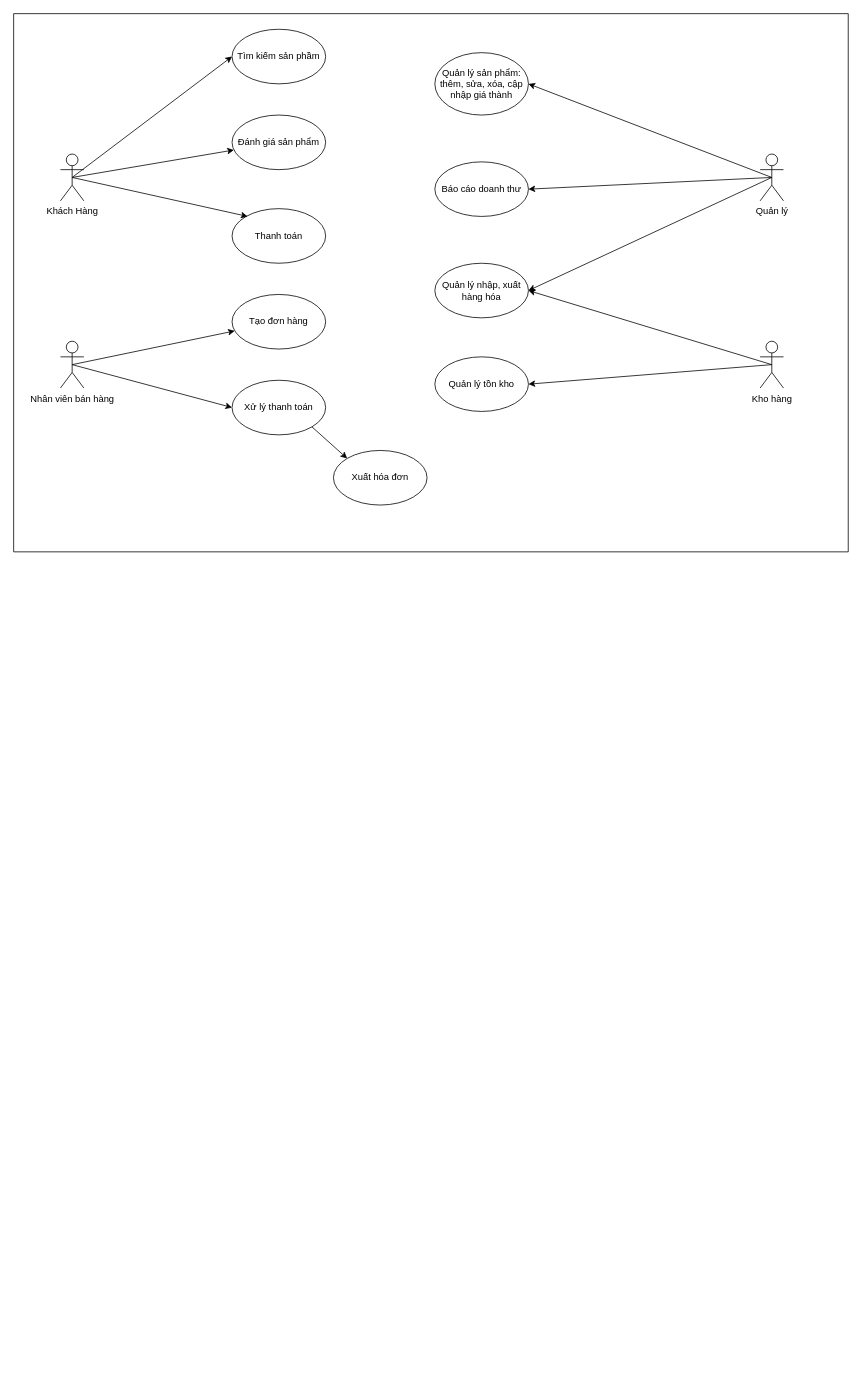
This is Biểu đồ không có tiêu đề.drawio from Sterling24-0/WebSterlingTea, a draw.io file, before an edit. Source tidied: cells renumbered, new cells numbered last; positions are measured from the earlier drawing's top-left corner, leaving out a move shared by most shapes. Both pictures are drawn from the tidied source at 78%, with x=0, y=0 at pixel (13, 13).
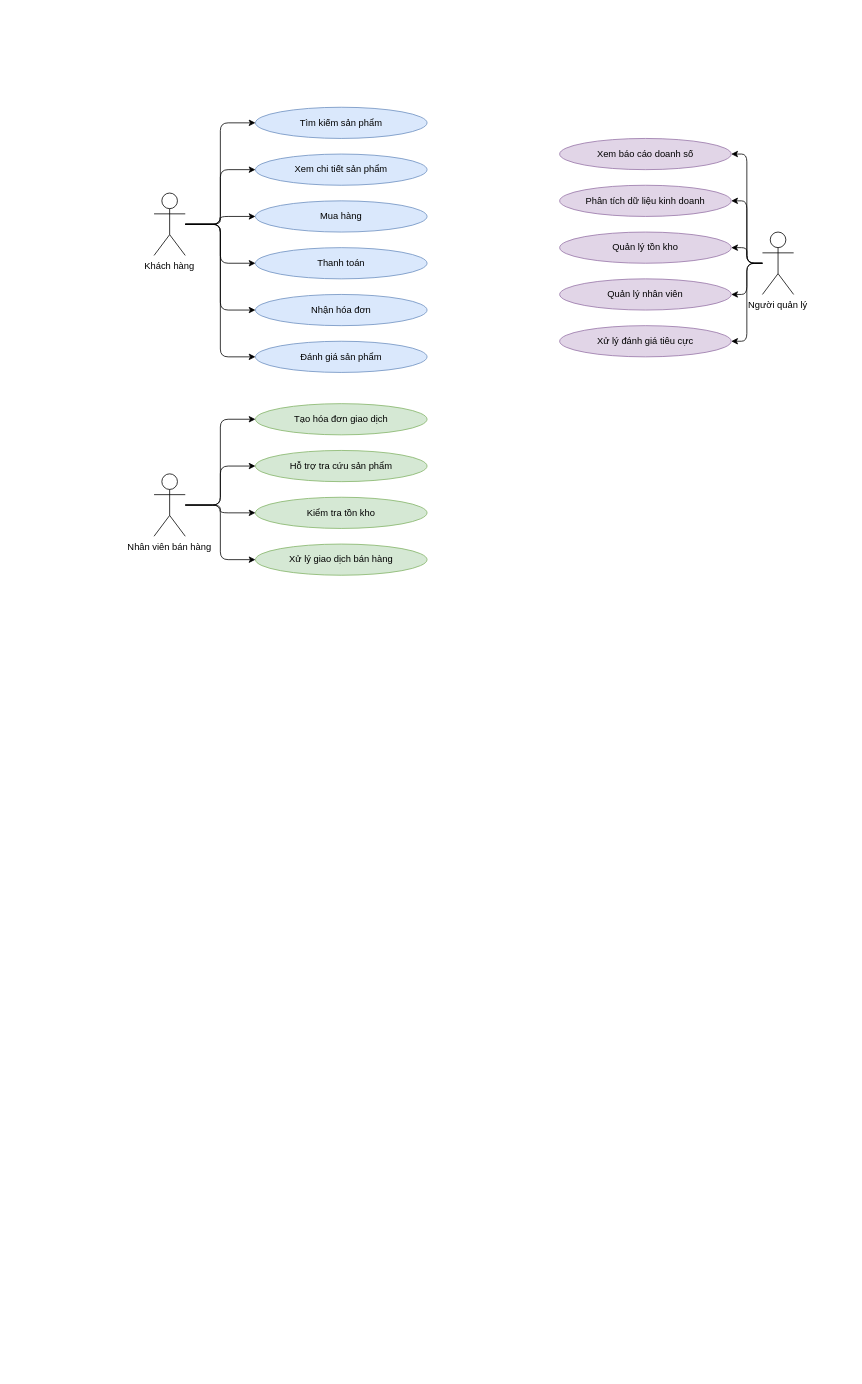
Above is the later version.

Commit message:
Đã thêm Biểu đồ khề.drawio

What changed in the source:
```diff
@@
-    <mxCell id="2" style="verticalLabelPosition=bottom;verticalAlign=top;html=1;shape=mxgraph.basic.rect;fillColor2=none;strokeWidth=1;size=20;indent=5;" parent="1" vertex="1">
-      <mxGeometry width="1070" height="690" as="geometry" />
-    </mxCell>
-    <mxCell id="3" value="Khách Hàng" style="shape=umlActor;verticalLabelPosition=bottom;verticalAlign=top;html=1;outlineConnect=0;" parent="1" vertex="1">
-      <mxGeometry x="60" y="180" width="30" height="60" as="geometry" />
-    </mxCell>
-    <mxCell id="4" value="Quản lý" style="shape=umlActor;verticalLabelPosition=bottom;verticalAlign=top;html=1;outlineConnect=0;" parent="1" vertex="1">
-      <mxGeometry x="957" y="180" width="30" height="60" as="geometry" />
-    </mxCell>
-    <mxCell id="5" value="Kho hàng" style="shape=umlActor;verticalLabelPosition=bottom;verticalAlign=top;html=1;outlineConnect=0;" parent="1" vertex="1">
-      <mxGeometry x="957" y="420" width="30" height="60" as="geometry" />
-    </mxCell>
+    <mxCell id="29" value="&#10;  &#10;    &#10;      &#10;        &#10;        &#10;        &#10;        &#10;        &#10;          &#10;        &#10;        &#10;        &#10;        &#10;          &#10;        &#10;        &#10;        &#10;        &#10;          &#10;        &#10;        &#10;        &#10;        &#10;          &#10;        &#10;        &#10;          &#10;        &#10;        &#10;          &#10;        &#10;        &#10;          &#10;        &#10;        &#10;          &#10;        &#10;        &#10;          &#10;        &#10;        &#10;        &#10;        &#10;          &#10;        &#10;        &#10;          &#10;        &#10;        &#10;          &#10;        &#10;        &#10;          &#10;        &#10;        &#10;          &#10;        &#10;        &#10;        &#10;        &#10;          &#10;        &#10;        &#10;          &#10;        &#10;        &#10;          &#10;        &#10;        &#10;          &#10;        &#10;        &#10;        &#10;        &#10;          &#10;        &#10;        &#10;          &#10;        &#10;        &#10;          &#10;        &#10;        &#10;          &#10;        &#10;        &#10;          &#10;        &#10;        &#10;          &#10;        &#10;        &#10;        &#10;        &#10;          &#10;        &#10;        &#10;          &#10;        &#10;        &#10;          &#10;        &#10;        &#10;          &#10;        &#10;        &#10;          &#10;        &#10;        &#10;        &#10;        &#10;          &#10;        &#10;        " style="text;whiteSpace=wrap;html=1;" parent="1" vertex="1">
+      <mxGeometry x="160" y="80" width="30" height="1660" as="geometry" />
+    </mxCell>
+    <mxCell id="30" value="Khách hàng" style="shape=umlActor;verticalLabelPosition=bottom;verticalAlign=top;" parent="1" vertex="1">
+      <mxGeometry x="180" y="230" width="40" height="80" as="geometry" />
+    </mxCell>
+    <mxCell id="31" value="Người quản lý" style="shape=umlActor;verticalLabelPosition=bottom;verticalAlign=top;" parent="1" vertex="1">
+      <mxGeometry x="960" y="280" width="40" height="80" as="geometry" />
+    </mxCell>
-    <mxCell id="6" value="Nhân viên bán hàng" style="shape=umlActor;verticalLabelPosition=bottom;verticalAlign=top;html=1;outlineConnect=0;" parent="1" vertex="1">
-      <mxGeometry x="60" y="420" width="30" height="60" as="geometry" />
+    <mxCell id="6" value="Nhân viên bán hàng" style="shape=umlActor;verticalLabelPosition=bottom;verticalAlign=top;" parent="1" vertex="1">
+      <mxGeometry x="180" y="590" width="40" height="80" as="geometry" />
     </mxCell>
-    <mxCell id="7" value="Tìm kiếm sản phầm" style="ellipse;whiteSpace=wrap;html=1;" parent="1" vertex="1">
-      <mxGeometry x="280" y="20" width="120" height="70" as="geometry" />
-    </mxCell>
-    <mxCell id="8" value="Xử lý thanh toán" style="ellipse;whiteSpace=wrap;html=1;" parent="1" vertex="1">
-      <mxGeometry x="280" y="470" width="120" height="70" as="geometry" />
-    </mxCell>
-    <mxCell id="9" value="Tạo đơn hàng" style="ellipse;whiteSpace=wrap;html=1;" parent="1" vertex="1">
-      <mxGeometry x="280" y="360" width="120" height="70" as="geometry" />
-    </mxCell>
-    <mxCell id="10" value="Quản lý sản phẩm: thêm, sửa, xóa, cập nhập giá thành" style="ellipse;whiteSpace=wrap;html=1;" parent="1" vertex="1">
-      <mxGeometry x="540" y="50" width="120" height="80" as="geometry" />
-    </mxCell>
+    <mxCell id="32" value="Tìm kiếm sản phẩm" style="ellipse;whiteSpace=wrap;html=1;fillColor=#dae8fc;strokeColor=#6c8ebf;" parent="1" vertex="1">
+      <mxGeometry x="310" y="120" width="220" height="40" as="geometry" />
+    </mxCell>
+    <mxCell id="33" value="Xem chi tiết sản phẩm" style="ellipse;whiteSpace=wrap;html=1;fillColor=#dae8fc;strokeColor=#6c8ebf;" parent="1" vertex="1">
+      <mxGeometry x="310" y="180" width="220" height="40" as="geometry" />
+    </mxCell>
+    <mxCell id="34" value="Mua hàng" style="ellipse;whiteSpace=wrap;html=1;fillColor=#dae8fc;strokeColor=#6c8ebf;" parent="1" vertex="1">
+      <mxGeometry x="310" y="240" width="220" height="40" as="geometry" />
+    </mxCell>
-    <mxCell id="11" value="Thanh toán" style="ellipse;whiteSpace=wrap;html=1;" parent="1" vertex="1">
-      <mxGeometry x="280" y="250" width="120" height="70" as="geometry" />
+    <mxCell id="11" value="Thanh toán" style="ellipse;whiteSpace=wrap;html=1;fillColor=#dae8fc;strokeColor=#6c8ebf;" parent="1" vertex="1">
+      <mxGeometry x="310" y="300" width="220" height="40" as="geometry" />
     </mxCell>
+    <mxCell id="35" value="Nhận hóa đơn" style="ellipse;whiteSpace=wrap;html=1;fillColor=#dae8fc;strokeColor=#6c8ebf;" parent="1" vertex="1">
+      <mxGeometry x="310" y="360" width="220" height="40" as="geometry" />
+    </mxCell>
-    <mxCell id="12" value="Đánh giá sản phẩm" style="ellipse;whiteSpace=wrap;html=1;" parent="1" vertex="1">
-      <mxGeometry x="280" y="130" width="120" height="70" as="geometry" />
+    <mxCell id="12" value="Đánh giá sản phẩm" style="ellipse;whiteSpace=wrap;html=1;fillColor=#dae8fc;strokeColor=#6c8ebf;" parent="1" vertex="1">
+      <mxGeometry x="310" y="420" width="220" height="40" as="geometry" />
     </mxCell>
-    <mxCell id="13" value="Quản lý nhập, xuất hàng hóa" style="ellipse;whiteSpace=wrap;html=1;" parent="1" vertex="1">
-      <mxGeometry x="540" y="320" width="120" height="70" as="geometry" />
-    </mxCell>
+    <mxCell id="36" value="Xem báo cáo doanh số" style="ellipse;whiteSpace=wrap;html=1;fillColor=#e1d5e7;strokeColor=#9673a6;" parent="1" vertex="1">
+      <mxGeometry x="700" y="160" width="220" height="40" as="geometry" />
+    </mxCell>
+    <mxCell id="37" value="Phân tích dữ liệu kinh doanh" style="ellipse;whiteSpace=wrap;html=1;fillColor=#e1d5e7;strokeColor=#9673a6;" parent="1" vertex="1">
+      <mxGeometry x="700" y="220" width="220" height="40" as="geometry" />
+    </mxCell>
-    <mxCell id="14" value="Quản lý tồn kho" style="ellipse;whiteSpace=wrap;html=1;" parent="1" vertex="1">
-      <mxGeometry x="540" y="440" width="120" height="70" as="geometry" />
+    <mxCell id="14" value="Quản lý tồn kho" style="ellipse;whiteSpace=wrap;html=1;fillColor=#e1d5e7;strokeColor=#9673a6;" parent="1" vertex="1">
+      <mxGeometry x="700" y="280" width="220" height="40" as="geometry" />
     </mxCell>
-    <mxCell id="15" value="Báo cáo doanh thư" style="ellipse;whiteSpace=wrap;html=1;" parent="1" vertex="1">
-      <mxGeometry x="540" y="190" width="120" height="70" as="geometry" />
-    </mxCell>
-    <mxCell id="16" style="edgeStyle=orthogonalEdgeStyle;rounded=0;orthogonalLoop=1;jettySize=auto;html=1;exitX=0.5;exitY=1;exitDx=0;exitDy=0;" parent="1" edge="1" source="9" target="9">
-      <mxGeometry relative="1" as="geometry" />
-    </mxCell>
-    <mxCell id="17" style="endArrow=classic;html=1;rounded=0;entryX=0;entryY=0.5;entryDx=0;entryDy=0;exitX=0.5;exitY=0.5;exitDx=0;exitDy=0;exitPerimeter=0;" parent="1" edge="1" source="3" target="7">
-      <mxGeometry relative="1" as="geometry" />
-    </mxCell>
-    <mxCell id="18" style="endArrow=classic;html=1;rounded=0;exitX=0.5;exitY=0.5;exitDx=0;exitDy=0;exitPerimeter=0;" parent="1" edge="1" source="3" target="12">
-      <mxGeometry relative="1" as="geometry" />
-    </mxCell>
-    <mxCell id="19" style="endArrow=classic;html=1;rounded=0;exitX=0.5;exitY=0.5;exitDx=0;exitDy=0;exitPerimeter=0;" parent="1" edge="1" source="3">
-      <mxGeometry relative="1" as="geometry">
-        <mxPoint x="300" y="260" as="targetPoint" />
-      </mxGeometry>
-    </mxCell>
-    <mxCell id="20" style="endArrow=classic;html=1;rounded=0;exitX=0.5;exitY=0.5;exitDx=0;exitDy=0;exitPerimeter=0;entryX=1;entryY=0.5;entryDx=0;entryDy=0;" parent="1" edge="1" source="4" target="13">
-      <mxGeometry relative="1" as="geometry" />
-    </mxCell>
-    <mxCell id="21" style="endArrow=classic;html=1;rounded=0;exitX=0.5;exitY=0.5;exitDx=0;exitDy=0;exitPerimeter=0;" parent="1" edge="1" source="6" target="9">
-      <mxGeometry relative="1" as="geometry" />
-    </mxCell>
-    <mxCell id="22" style="endArrow=classic;html=1;rounded=0;exitX=0.5;exitY=0.5;exitDx=0;exitDy=0;exitPerimeter=0;entryX=0;entryY=0.5;entryDx=0;entryDy=0;" parent="1" edge="1" source="6" target="8">
-      <mxGeometry relative="1" as="geometry" />
-    </mxCell>
-    <mxCell id="23" value="Xuất hóa đơn" style="ellipse;whiteSpace=wrap;html=1;" parent="1" vertex="1">
-      <mxGeometry x="410" y="560" width="120" height="70" as="geometry" />
-    </mxCell>
-    <mxCell id="24" style="endArrow=classic;html=1;rounded=0;entryX=0;entryY=0;entryDx=0;entryDy=0;exitX=1;exitY=1;exitDx=0;exitDy=0;" parent="1" edge="1" source="8" target="23">
-      <mxGeometry relative="1" as="geometry" />
-    </mxCell>
-    <mxCell id="25" style="endArrow=classic;html=1;rounded=0;exitX=0.5;exitY=0.5;exitDx=0;exitDy=0;exitPerimeter=0;entryX=1;entryY=0.5;entryDx=0;entryDy=0;" parent="1" edge="1" source="4" target="10">
-      <mxGeometry relative="1" as="geometry" />
-    </mxCell>
-    <mxCell id="26" style="endArrow=classic;html=1;rounded=0;exitX=0.5;exitY=0.5;exitDx=0;exitDy=0;exitPerimeter=0;entryX=1;entryY=0.5;entryDx=0;entryDy=0;" parent="1" edge="1" source="4" target="15">
-      <mxGeometry relative="1" as="geometry" />
-    </mxCell>
-    <mxCell id="27" style="endArrow=classic;html=1;rounded=0;exitX=0.5;exitY=0.5;exitDx=0;exitDy=0;exitPerimeter=0;entryX=1;entryY=0.5;entryDx=0;entryDy=0;" parent="1" edge="1" source="5" target="13">
-      <mxGeometry relative="1" as="geometry" />
-    </mxCell>
-    <mxCell id="28" style="endArrow=classic;html=1;rounded=0;exitX=0.5;exitY=0.5;exitDx=0;exitDy=0;exitPerimeter=0;entryX=1;entryY=0.5;entryDx=0;entryDy=0;" parent="1" edge="1" source="5" target="14">
-      <mxGeometry relative="1" as="geometry" />
-    </mxCell>
+    <mxCell id="38" value="Quản lý nhân viên" style="ellipse;whiteSpace=wrap;html=1;fillColor=#e1d5e7;strokeColor=#9673a6;" parent="1" vertex="1">
+      <mxGeometry x="700" y="340" width="220" height="40" as="geometry" />
+    </mxCell>
+    <mxCell id="39" value="Xử lý đánh giá tiêu cực" style="ellipse;whiteSpace=wrap;html=1;fillColor=#e1d5e7;strokeColor=#9673a6;" parent="1" vertex="1">
+      <mxGeometry x="700" y="400" width="220" height="40" as="geometry" />
+    </mxCell>
+    <mxCell id="40" value="Tạo hóa đơn giao dịch" style="ellipse;whiteSpace=wrap;html=1;fillColor=#d5e8d4;strokeColor=#82b366;" parent="1" vertex="1">
+      <mxGeometry x="310" y="500" width="220" height="40" as="geometry" />
+    </mxCell>
+    <mxCell id="41" value="Hỗ trợ tra cứu sản phẩm" style="ellipse;whiteSpace=wrap;html=1;fillColor=#d5e8d4;strokeColor=#82b366;" parent="1" vertex="1">
+      <mxGeometry x="310" y="560" width="220" height="40" as="geometry" />
+    </mxCell>
+    <mxCell id="42" value="Kiểm tra tồn kho" style="ellipse;whiteSpace=wrap;html=1;fillColor=#d5e8d4;strokeColor=#82b366;" parent="1" vertex="1">
+      <mxGeometry x="310" y="620" width="220" height="40" as="geometry" />
+    </mxCell>
+    <mxCell id="43" value="Xử lý giao dịch bán hàng" style="ellipse;whiteSpace=wrap;html=1;fillColor=#d5e8d4;strokeColor=#82b366;" parent="1" vertex="1">
+      <mxGeometry x="310" y="680" width="220" height="40" as="geometry" />
+    </mxCell>
+    <mxCell id="44" style="edgeStyle=orthogonalEdgeStyle;rounded=1;exitX=1;exitY=0.5;entryX=0;entryY=0.5;endArrow=classic;html=1;" parent="1" edge="1" source="30" target="32">
+      <mxGeometry relative="1" as="geometry" />
+    </mxCell>
+    <mxCell id="45" style="edgeStyle=orthogonalEdgeStyle;rounded=1;exitX=1;exitY=0.5;entryX=0;entryY=0.5;endArrow=classic;html=1;" parent="1" edge="1" source="30" target="33">
+      <mxGeometry relative="1" as="geometry" />
+    </mxCell>
+    <mxCell id="46" style="edgeStyle=orthogonalEdgeStyle;rounded=1;exitX=1;exitY=0.5;entryX=0;entryY=0.5;endArrow=classic;html=1;" parent="1" edge="1" source="30" target="34">
+      <mxGeometry relative="1" as="geometry" />
+    </mxCell>
+    <mxCell id="47" style="edgeStyle=orthogonalEdgeStyle;rounded=1;exitX=1;exitY=0.5;entryX=0;entryY=0.5;endArrow=classic;html=1;" parent="1" edge="1" source="30" target="11">
+      <mxGeometry relative="1" as="geometry" />
+    </mxCell>
+    <mxCell id="48" style="edgeStyle=orthogonalEdgeStyle;rounded=1;exitX=1;exitY=0.5;entryX=0;entryY=0.5;endArrow=classic;html=1;" parent="1" edge="1" source="30" target="35">
+      <mxGeometry relative="1" as="geometry" />
+    </mxCell>
+    <mxCell id="49" style="edgeStyle=orthogonalEdgeStyle;rounded=1;exitX=1;exitY=0.5;entryX=0;entryY=0.5;endArrow=classic;html=1;" parent="1" edge="1" source="30" target="12">
+      <mxGeometry relative="1" as="geometry" />
+    </mxCell>
+    <mxCell id="50" style="edgeStyle=orthogonalEdgeStyle;rounded=1;exitX=0;exitY=0.5;entryX=1;entryY=0.5;endArrow=classic;html=1;" parent="1" edge="1" source="31" target="36">
+      <mxGeometry relative="1" as="geometry" />
+    </mxCell>
+    <mxCell id="51" style="edgeStyle=orthogonalEdgeStyle;rounded=1;exitX=0;exitY=0.5;entryX=1;entryY=0.5;endArrow=classic;html=1;" parent="1" edge="1" source="31" target="37">
+      <mxGeometry relative="1" as="geometry" />
+    </mxCell>
+    <mxCell id="52" style="edgeStyle=orthogonalEdgeStyle;rounded=1;exitX=0;exitY=0.5;entryX=1;entryY=0.5;endArrow=classic;html=1;" parent="1" edge="1" source="31" target="14">
+      <mxGeometry relative="1" as="geometry" />
+    </mxCell>
+    <mxCell id="53" style="edgeStyle=orthogonalEdgeStyle;rounded=1;exitX=0;exitY=0.5;entryX=1;entryY=0.5;endArrow=classic;html=1;" parent="1" edge="1" source="31" target="38">
+      <mxGeometry relative="1" as="geometry" />
+    </mxCell>
+    <mxCell id="54" style="edgeStyle=orthogonalEdgeStyle;rounded=1;exitX=0;exitY=0.5;entryX=1;entryY=0.5;endArrow=classic;html=1;" parent="1" edge="1" source="31" target="39">
+      <mxGeometry relative="1" as="geometry" />
+    </mxCell>
+    <mxCell id="55" style="edgeStyle=orthogonalEdgeStyle;rounded=1;exitX=1;exitY=0.5;entryX=0;entryY=0.5;endArrow=classic;html=1;" parent="1" edge="1" source="6" target="40">
+      <mxGeometry relative="1" as="geometry" />
+    </mxCell>
+    <mxCell id="56" style="edgeStyle=orthogonalEdgeStyle;rounded=1;exitX=1;exitY=0.5;entryX=0;entryY=0.5;endArrow=classic;html=1;" parent="1" edge="1" source="6" target="41">
+      <mxGeometry relative="1" as="geometry" />
+    </mxCell>
+    <mxCell id="57" style="edgeStyle=orthogonalEdgeStyle;rounded=1;exitX=1;exitY=0.5;entryX=0;entryY=0.5;endArrow=classic;html=1;" parent="1" edge="1" source="6" target="42">
+      <mxGeometry relative="1" as="geometry" />
+    </mxCell>
+    <mxCell id="58" style="edgeStyle=orthogonalEdgeStyle;rounded=1;exitX=1;exitY=0.5;entryX=0;entryY=0.5;endArrow=classic;html=1;" parent="1" edge="1" source="6" target="43">
+      <mxGeometry relative="1" as="geometry" />
+    </mxCell>
```
